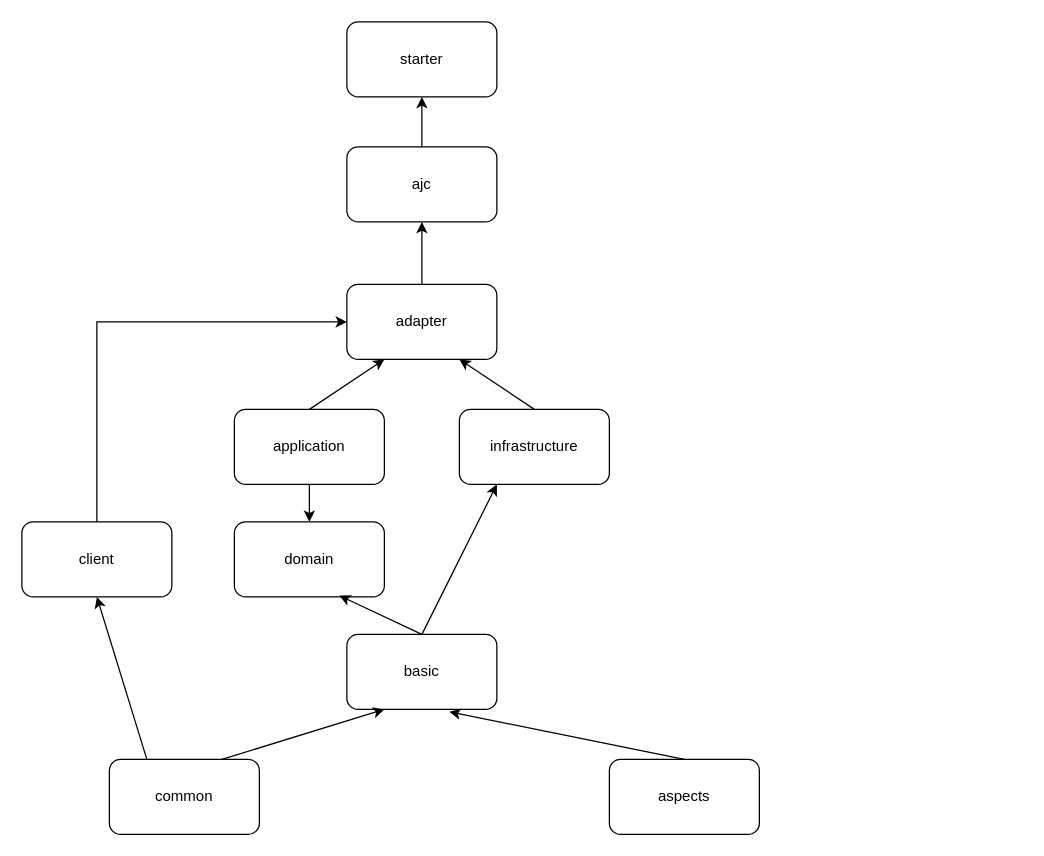
chuanghou/milky keeps this draw.io diagram as page "Page-1" (1 of 2) of demo/dependency-relation.drawio. Above is the earlier version. Source tidied: cells renumbered, new cells numbered last; positions are measured from the earlier drawing's top-left corner, leaving out a move shared by most shapes. Both pictures are drawn from the tidied source at 125%, with x=0, y=0 at pixel (21, 21).
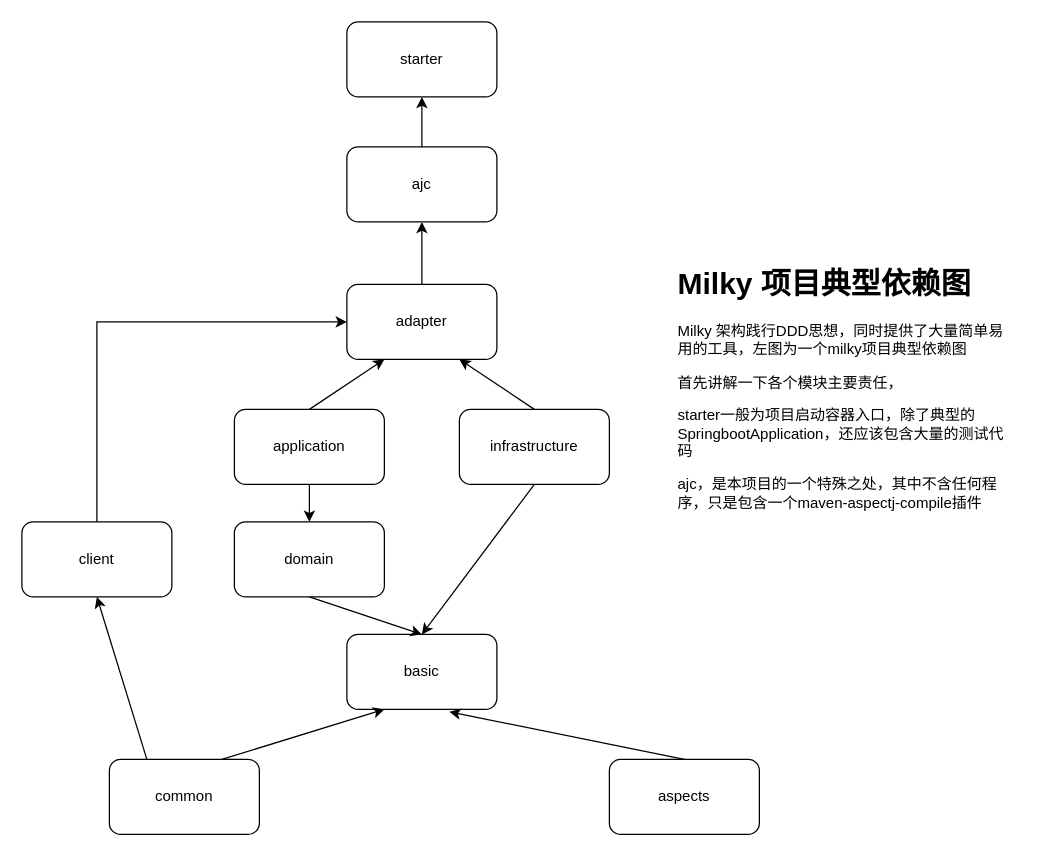
The same diagram, later.

Commit message:
dependency graph

Unchanged cells that the change refers to:
```xml
<mxCell id="4" value="domain" style="rounded=1;whiteSpace=wrap;html=1;" parent="1" vertex="1">
  <mxGeometry x="170" y="400" width="120" height="60" as="geometry" />
</mxCell>
<mxCell id="7" value="infrastructure" style="rounded=1;whiteSpace=wrap;html=1;" parent="1" vertex="1">
  <mxGeometry x="350" y="310" width="120" height="60" as="geometry" />
</mxCell>
<mxCell id="9" value="basic" style="rounded=1;whiteSpace=wrap;html=1;" parent="1" vertex="1">
  <mxGeometry x="260" y="490" width="120" height="60" as="geometry" />
</mxCell>
```

What changed in the source:
```diff
@@
-    <mxCell id="10" style="endArrow=classic;html=1;rounded=0;entryX=0.7;entryY=0.983;entryDx=0;entryDy=0;entryPerimeter=0;exitX=0.5;exitY=0;exitDx=0;exitDy=0;" parent="1" edge="1" source="9" target="4">
-      <mxGeometry relative="1" as="geometry" />
-    </mxCell>
-    <mxCell id="11" style="endArrow=classic;html=1;rounded=0;exitX=0.5;exitY=0;exitDx=0;exitDy=0;entryX=0.25;entryY=1;entryDx=0;entryDy=0;" parent="1" edge="1" source="9" target="7">
+    <mxCell id="11" style="endArrow=classic;html=1;rounded=0;exitX=0.5;exitY=1;exitDx=0;exitDy=0;entryX=0.5;entryY=0;entryDx=0;entryDy=0;" parent="1" edge="1" source="7" target="9">
       <mxGeometry relative="1" as="geometry" />
     </mxCell>
@@
+    <mxCell id="23" value="&lt;h1&gt;Milky 项目典型依赖图&lt;/h1&gt;&lt;p&gt;Milky 架构践行DDD思想，同时提供了大量简单易用的工具，左图为一个milky项目典型依赖图&lt;/p&gt;&lt;p&gt;首先讲解一下各个模块主要责任，&lt;/p&gt;&lt;p&gt;starter一般为项目启动容器入口，除了典型的SpringbootApplication，还应该包含大量的测试代码&lt;/p&gt;&lt;p&gt;ajc，是本项目的一个特殊之处，其中不含任何程序，只是包含一个maven-aspectj-compile插件&lt;/p&gt;&lt;p&gt;&lt;br&gt;&lt;/p&gt;" style="text;html=1;strokeColor=none;fillColor=none;spacing=5;spacingTop=-20;whiteSpace=wrap;overflow=hidden;rounded=0;" parent="1" vertex="1">
+      <mxGeometry x="520" y="190" width="280" height="390" as="geometry" />
+    </mxCell>
+    <mxCell id="24" style="endArrow=classic;html=1;rounded=0;exitX=0.5;exitY=1;exitDx=0;exitDy=0;entryX=0.5;entryY=0;entryDx=0;entryDy=0;" parent="1" edge="1" source="4" target="9">
+      <mxGeometry relative="1" as="geometry" />
+    </mxCell>
```
